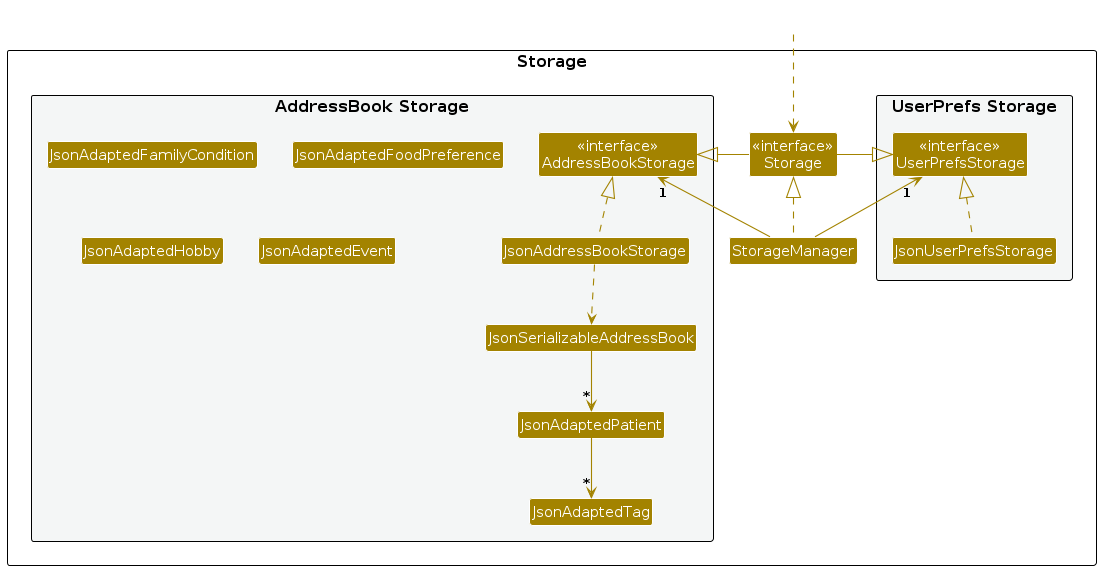
Above: diagrams/StorageClassDiagram.png in AY2324S2-CS2103-F09-2/tp (PlantUML), before the change. Its source is kept beside it as diagrams/StorageClassDiagram.puml.
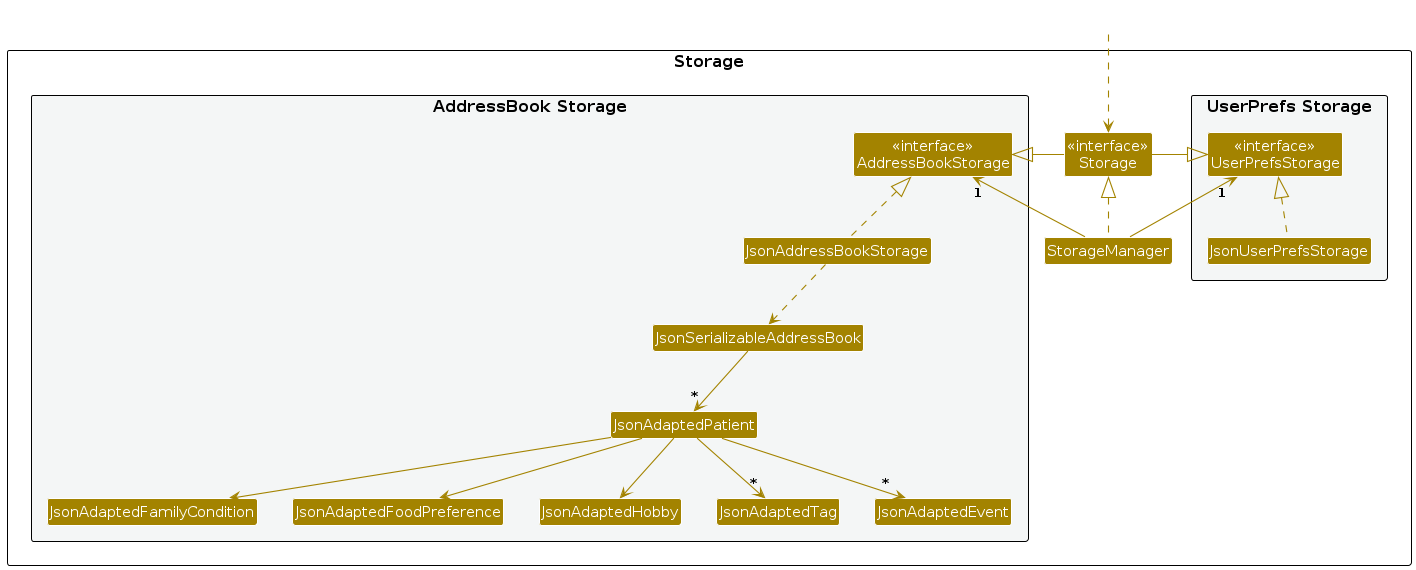
The same file after the commit.

The edit, as a diff of the source:
```diff
@@ -42,6 +42,10 @@
 JsonAddressBookStorage .up.|> AddressBookStorage
 JsonAddressBookStorage ..> JsonSerializableAddressBook
 JsonSerializableAddressBook --> "*" JsonAdaptedPatient
+JsonAdaptedPatient --> JsonAdaptedFamilyCondition
+JsonAdaptedPatient --> JsonAdaptedFoodPreference
+JsonAdaptedPatient --> JsonAdaptedHobby
+JsonAdaptedPatient --> "*" JsonAdaptedEvent
 JsonAdaptedPatient --> "*" JsonAdaptedTag
 
 @enduml
```
